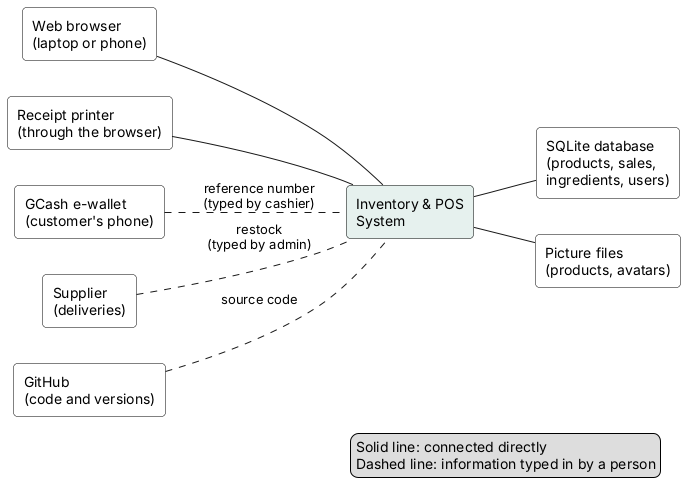
The PlantUML diagram diagrams/context_diagram.png in JmlAsync/inventory-pos-system, before a commit.
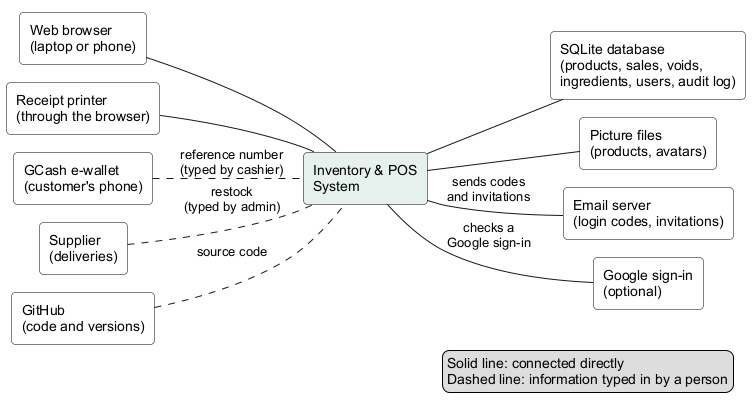
The same file after the commit.

The edit, as a diff of the source:
```diff
@@ -1,4 +1,5 @@
 @startuml
+!pragma layout smetana
 skinparam defaultFontName Arial
 skinparam shadowing false
 skinparam rectangle {
@@ -12,10 +13,12 @@
 rectangle "Receipt printer\n(through the browser)" as Printer
 rectangle "GCash e-wallet\n(customer's phone)" as GCash
 rectangle "Inventory & POS\nSystem" as POS #E6F1EE
-rectangle "SQLite database\n(products, sales,\ningredients, users)" as DB
+rectangle "SQLite database\n(products, sales, voids,\ningredients, users, audit log)" as DB
 rectangle "Picture files\n(products, avatars)" as Files
 rectangle "Supplier\n(deliveries)" as Supplier
 rectangle "GitHub\n(code and versions)" as GitHub
+rectangle "Email server\n(login codes, invitations)" as Mail
+rectangle "Google sign-in\n(optional)" as Google
 
 Browser -- POS
 Printer -- POS
@@ -24,6 +27,8 @@
 POS -- Files
 Supplier .. POS : restock\n(typed by admin)
 GitHub .. POS : source code
+POS -- Mail : sends codes\nand invitations
+POS -- Google : checks a\nGoogle sign-in
 legend right
   Solid line: connected directly
   Dashed line: information typed in by a person
```
